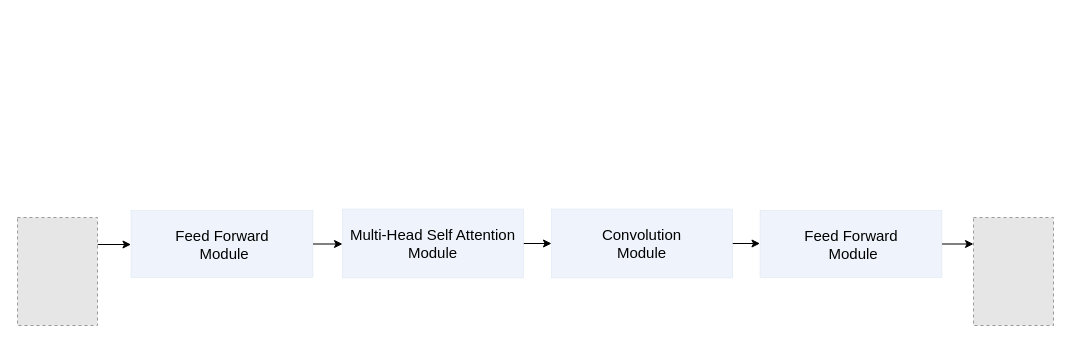
Above: page "General" (2 of 5) of Untitled Diagram.drawio in OleguerCanal/diagrams (draw.io), before the change. Source tidied: cells renumbered, new cells numbered last; positions are measured from the earlier drawing's top-left corner, leaving out a move shared by most shapes. Both pictures are drawn from the tidied source at 100%, with x=0, y=0 at pixel (17, 153). Pictures stored in the file or linked from it are replaced by grey dashed boxes.
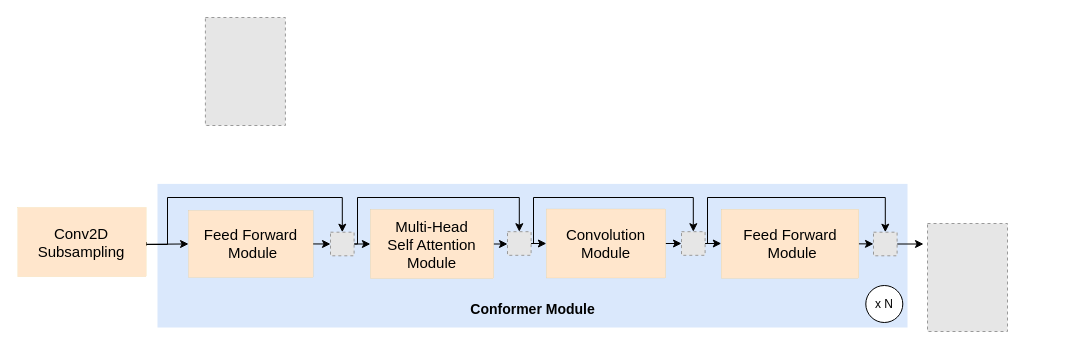
The same diagram, later.

What changed in the source:
```diff
@@
+    <mxCell id="13" style="rounded=0;whiteSpace=wrap;html=1;fillColor=#dae8fc;strokeColor=none;" parent="1" vertex="1">
+      <mxGeometry x="140" y="30.4" width="750" height="143.6" as="geometry" />
+    </mxCell>
+    <mxCell id="14" style="ellipse;whiteSpace=wrap;html=1;" parent="1" vertex="1">
+      <mxGeometry x="848.3" y="132" width="37" height="37" as="geometry" />
+    </mxCell>
-    <mxCell id="2" style="edgeStyle=orthogonalEdgeStyle;rounded=0;jettySize=auto;html=1;exitX=1;exitY=0.25;exitDx=0;exitDy=0;entryX=1;entryY=0.5;entryDx=0;entryDy=0;" parent="1" edge="1" source="3" target="5">
-      <mxGeometry relative="1" as="geometry" />
+    <mxCell id="2" style="edgeStyle=orthogonalEdgeStyle;rounded=0;jettySize=auto;html=1;exitX=1;exitY=0.25;exitDx=0;exitDy=0;entryX=1;entryY=0.5;entryDx=0;entryDy=0;" parent="1" edge="1" target="5">
+      <mxGeometry relative="1" as="geometry">
+        <mxPoint x="80" y="91" as="sourcePoint" />
+        <Array as="points">
+          <mxPoint x="100" y="91" />
+        </Array>
+      </mxGeometry>
     </mxCell>
-    <mxCell id="3" style="fillColor=#E6E6E6;strokeColor=#999999;dashed=1;verticalLabelPosition=bottom;labelBackgroundColor=default;verticalAlign=top;" parent="1" vertex="1">
-      <mxGeometry y="64" width="80" height="108" as="geometry" />
-    </mxCell>
+    <mxCell id="15" style="edgeStyle=orthogonalEdgeStyle;rounded=0;jettySize=auto;html=1;exitX=0;exitY=0.5;exitDx=0;exitDy=0;entryX=0.5;entryY=0;entryDx=0;entryDy=0;" parent="1" edge="1" source="22" target="21">
+      <mxGeometry relative="1" as="geometry">
+        <Array as="points">
+          <mxPoint x="69" y="92" />
+          <mxPoint x="69" y="91" />
+          <mxPoint x="150" y="91" />
+          <mxPoint x="150" y="44" />
+          <mxPoint x="325" y="44" />
+        </Array>
+      </mxGeometry>
+    </mxCell>
-    <mxCell id="4" style="edgeStyle=orthogonalEdgeStyle;rounded=0;jettySize=auto;html=1;exitX=0;exitY=0.5;exitDx=0;exitDy=0;entryX=1;entryY=0.5;entryDx=0;entryDy=0;" parent="1" edge="1" source="5" target="7">
+    <mxCell id="4" style="edgeStyle=orthogonalEdgeStyle;rounded=0;jettySize=auto;html=1;exitX=1;exitY=0.5;exitDx=0;exitDy=0;entryX=1;entryY=0.5;entryDx=0;entryDy=0;" parent="1" edge="1" source="21" target="7">
       <mxGeometry relative="1" as="geometry" />
     </mxCell>
+    <mxCell id="16" style="edgeStyle=orthogonalEdgeStyle;rounded=0;jettySize=auto;html=1;exitX=0;exitY=0.5;exitDx=0;exitDy=0;entryX=0;entryY=0.5;entryDx=0;entryDy=0;" parent="1" edge="1" source="5" target="21">
+      <mxGeometry relative="1" as="geometry" />
+    </mxCell>
-    <mxCell id="5" value="Feed Forward&lt;br&gt;&amp;nbsp;Module" style="rounded=0;whiteSpace=wrap;html=1;shadow=0;glass=0;labelBackgroundColor=none;sketch=0;fontSize=15;strokeColor=#6c8ebf;strokeWidth=0;fillColor=#EFF4FC;direction=south;horizontal=0;rotation=90;" parent="1" vertex="1">
-      <mxGeometry x="171" y="-0.5" width="67" height="182" as="geometry" />
+    <mxCell id="5" value="Feed Forward&lt;br&gt;&amp;nbsp;Module" style="rounded=0;whiteSpace=wrap;html=1;shadow=0;glass=0;labelBackgroundColor=none;sketch=0;fontSize=15;strokeColor=#d79b00;strokeWidth=0;fillColor=#ffe6cc;direction=south;horizontal=0;rotation=90;" parent="1" vertex="1">
+      <mxGeometry x="199.8" y="28.2" width="67" height="124.5" as="geometry" />
     </mxCell>
-    <mxCell id="6" style="edgeStyle=orthogonalEdgeStyle;rounded=0;jettySize=auto;html=1;exitX=0;exitY=0.5;exitDx=0;exitDy=0;entryX=1;entryY=0.5;entryDx=0;entryDy=0;" parent="1" edge="1" source="7" target="9">
-      <mxGeometry relative="1" as="geometry" />
-    </mxCell>
+    <mxCell id="17" style="edgeStyle=orthogonalEdgeStyle;rounded=0;jettySize=auto;html=1;exitX=0;exitY=0.5;exitDx=0;exitDy=0;entryX=0;entryY=0.5;entryDx=0;entryDy=0;" parent="1" edge="1" source="7" target="26">
+      <mxGeometry relative="1" as="geometry" />
+    </mxCell>
-    <mxCell id="7" value="Multi-Head Self Attention&lt;br&gt;Module" style="rounded=0;whiteSpace=wrap;html=1;shadow=0;glass=0;labelBackgroundColor=none;sketch=0;fontSize=15;strokeColor=#6c8ebf;strokeWidth=0;fillColor=#EFF4FC;direction=south;horizontal=0;rotation=90;" parent="1" vertex="1">
-      <mxGeometry x="381" y="-0.5" width="69" height="181" as="geometry" />
+    <mxCell id="7" value="Multi-Head&lt;br&gt;Self Attention&lt;br&gt;Module" style="rounded=0;whiteSpace=wrap;html=1;shadow=0;glass=0;labelBackgroundColor=none;sketch=0;fontSize=15;strokeColor=#d79b00;strokeWidth=0;fillColor=#ffe6cc;direction=south;horizontal=0;rotation=90;" parent="1" vertex="1">
+      <mxGeometry x="380" y="28.9" width="69" height="123.2" as="geometry" />
     </mxCell>
-    <mxCell id="8" style="edgeStyle=orthogonalEdgeStyle;rounded=0;jettySize=auto;html=1;exitX=0;exitY=0.5;exitDx=0;exitDy=0;entryX=1;entryY=0.5;entryDx=0;entryDy=0;" parent="1" edge="1" source="9" target="11">
-      <mxGeometry relative="1" as="geometry" />
-    </mxCell>
+    <mxCell id="18" style="edgeStyle=orthogonalEdgeStyle;rounded=0;jettySize=auto;html=1;exitX=0;exitY=0.5;exitDx=0;exitDy=0;entryX=0;entryY=0.5;entryDx=0;entryDy=0;" parent="1" edge="1" source="9" target="29">
+      <mxGeometry relative="1" as="geometry" />
+    </mxCell>
-    <mxCell id="9" value="Convolution&lt;br&gt;Module" style="rounded=0;whiteSpace=wrap;html=1;shadow=0;glass=0;labelBackgroundColor=none;sketch=0;fontSize=15;strokeColor=#6c8ebf;strokeWidth=0;fillColor=#EFF4FC;direction=south;horizontal=0;rotation=90;" parent="1" vertex="1">
-      <mxGeometry x="590" y="-0.5" width="69" height="181" as="geometry" />
+    <mxCell id="9" value="Convolution&lt;br&gt;Module" style="rounded=0;whiteSpace=wrap;html=1;shadow=0;glass=0;labelBackgroundColor=none;sketch=0;fontSize=15;strokeColor=#d79b00;strokeWidth=0;fillColor=#ffe6cc;direction=south;horizontal=0;rotation=90;" parent="1" vertex="1">
+      <mxGeometry x="554" y="30.4" width="69" height="119.2" as="geometry" />
     </mxCell>
-    <mxCell id="10" style="edgeStyle=orthogonalEdgeStyle;rounded=0;jettySize=auto;html=1;exitX=0;exitY=0.5;exitDx=0;exitDy=0;entryX=0;entryY=0.25;entryDx=0;entryDy=0;" parent="1" edge="1" source="11" target="12">
-      <mxGeometry relative="1" as="geometry" />
-    </mxCell>
+    <mxCell id="19" style="edgeStyle=orthogonalEdgeStyle;rounded=0;jettySize=auto;html=1;exitX=0;exitY=0.5;exitDx=0;exitDy=0;entryX=0;entryY=0.5;entryDx=0;entryDy=0;" parent="1" edge="1" source="11" target="31">
+      <mxGeometry relative="1" as="geometry" />
+    </mxCell>
-    <mxCell id="11" value="Feed Forward&lt;br&gt;&amp;nbsp;Module" style="rounded=0;whiteSpace=wrap;html=1;shadow=0;glass=0;labelBackgroundColor=none;sketch=0;fontSize=15;strokeColor=#6c8ebf;strokeWidth=0;fillColor=#EFF4FC;direction=south;horizontal=0;rotation=90;" parent="1" vertex="1">
-      <mxGeometry x="800" y="-0.5" width="67" height="182" as="geometry" />
+    <mxCell id="11" value="Feed Forward&lt;br&gt;&amp;nbsp;Module" style="rounded=0;whiteSpace=wrap;html=1;shadow=0;glass=0;labelBackgroundColor=none;sketch=0;fontSize=15;strokeColor=#d79b00;strokeWidth=0;fillColor=#ffe6cc;direction=south;horizontal=0;rotation=90;" parent="1" vertex="1">
+      <mxGeometry x="738" y="21.6" width="69" height="137.5" as="geometry" />
     </mxCell>
     <mxCell id="12" style="fillColor=#E6E6E6;strokeColor=#999999;dashed=1;verticalLabelPosition=bottom;labelBackgroundColor=default;verticalAlign=top;" parent="1" vertex="1">
-      <mxGeometry x="956" y="64" width="80" height="108" as="geometry" />
+      <mxGeometry x="910" y="70" width="80" height="108" as="geometry" />
     </mxCell>
+    <mxCell id="20" style="edgeStyle=orthogonalEdgeStyle;rounded=0;jettySize=auto;html=1;exitX=1;exitY=0.5;exitDx=0;exitDy=0;entryX=0.5;entryY=0;entryDx=0;entryDy=0;" parent="1" edge="1" source="21" target="26">
+      <mxGeometry relative="1" as="geometry">
+        <Array as="points">
+          <mxPoint x="340" y="91" />
+          <mxPoint x="340" y="44" />
+          <mxPoint x="502" y="44" />
+        </Array>
+      </mxGeometry>
+    </mxCell>
+    <mxCell id="21" style="fillColor=#E6E6E6;strokeColor=#999999;dashed=1;verticalLabelPosition=bottom;labelBackgroundColor=default;verticalAlign=top;" parent="1" vertex="1">
+      <mxGeometry x="313" y="78.7" width="23.6" height="23.6" as="geometry" />
+    </mxCell>
+    <mxCell id="22" value="Conv2D&lt;br&gt;Subsampling" style="rounded=0;whiteSpace=wrap;html=1;shadow=0;glass=0;labelBackgroundColor=none;sketch=0;fontSize=15;strokeColor=#d79b00;strokeWidth=0;fillColor=#ffe6cc;direction=south;horizontal=0;rotation=90;" parent="1" vertex="1">
+      <mxGeometry x="30" y="24.4" width="69" height="128.3" as="geometry" />
+    </mxCell>
+    <mxCell id="23" style="fillColor=#E6E6E6;strokeColor=#999999;dashed=1;verticalLabelPosition=bottom;labelBackgroundColor=default;verticalAlign=top;" parent="1" vertex="1">
+      <mxGeometry x="187.9" y="-136" width="80" height="108" as="geometry" />
+    </mxCell>
+    <mxCell id="24" style="edgeStyle=orthogonalEdgeStyle;rounded=0;jettySize=auto;html=1;exitX=1;exitY=0.5;exitDx=0;exitDy=0;entryX=1;entryY=0.5;entryDx=0;entryDy=0;" parent="1" edge="1" target="9">
+      <mxGeometry relative="1" as="geometry">
+        <mxPoint x="509.6" y="90" as="sourcePoint" />
+      </mxGeometry>
+    </mxCell>
+    <mxCell id="25" style="edgeStyle=orthogonalEdgeStyle;rounded=0;jettySize=auto;html=1;exitX=1;exitY=0.5;exitDx=0;exitDy=0;entryX=0.5;entryY=0;entryDx=0;entryDy=0;" parent="1" edge="1" target="29">
+      <mxGeometry relative="1" as="geometry">
+        <mxPoint x="509.6" y="90" as="sourcePoint" />
+        <Array as="points">
+          <mxPoint x="516" y="90" />
+          <mxPoint x="516" y="44" />
+          <mxPoint x="676" y="44" />
+        </Array>
+      </mxGeometry>
+    </mxCell>
+    <mxCell id="26" style="fillColor=#E6E6E6;strokeColor=#999999;dashed=1;verticalLabelPosition=bottom;labelBackgroundColor=default;verticalAlign=top;" parent="1" vertex="1">
+      <mxGeometry x="490" y="78.2" width="23.6" height="23.6" as="geometry" />
+    </mxCell>
+    <mxCell id="27" style="edgeStyle=orthogonalEdgeStyle;rounded=0;jettySize=auto;html=1;exitX=1;exitY=0.5;exitDx=0;exitDy=0;entryX=1;entryY=0.5;entryDx=0;entryDy=0;" parent="1" edge="1" source="29" target="11">
+      <mxGeometry relative="1" as="geometry" />
+    </mxCell>
+    <mxCell id="28" style="edgeStyle=orthogonalEdgeStyle;rounded=0;jettySize=auto;html=1;exitX=1;exitY=0.5;exitDx=0;exitDy=0;entryX=0.5;entryY=0;entryDx=0;entryDy=0;" parent="1" edge="1" source="29" target="31">
+      <mxGeometry relative="1" as="geometry">
+        <Array as="points">
+          <mxPoint x="690" y="90" />
+          <mxPoint x="690" y="44" />
+          <mxPoint x="868" y="44" />
+        </Array>
+      </mxGeometry>
+    </mxCell>
+    <mxCell id="29" style="fillColor=#E6E6E6;strokeColor=#999999;dashed=1;verticalLabelPosition=bottom;labelBackgroundColor=default;verticalAlign=top;" parent="1" vertex="1">
+      <mxGeometry x="664" y="78.2" width="23.6" height="23.6" as="geometry" />
+    </mxCell>
+    <mxCell id="30" style="edgeStyle=orthogonalEdgeStyle;rounded=0;jettySize=auto;html=1;exitX=1;exitY=0.5;exitDx=0;exitDy=0;" parent="1" edge="1" source="31">
+      <mxGeometry relative="1" as="geometry">
+        <mxPoint x="906" y="90.3" as="targetPoint" />
+      </mxGeometry>
+    </mxCell>
+    <mxCell id="31" style="fillColor=#E6E6E6;strokeColor=#999999;dashed=1;verticalLabelPosition=bottom;labelBackgroundColor=default;verticalAlign=top;" parent="1" vertex="1">
+      <mxGeometry x="856" y="78.7" width="23.6" height="23.6" as="geometry" />
+    </mxCell>
+    <mxCell id="32" value="x N" style="text;html=1;strokeColor=none;fillColor=none;align=center;verticalAlign=middle;whiteSpace=wrap;rounded=0;" parent="1" vertex="1">
+      <mxGeometry x="856.8" y="143" width="20" height="15" as="geometry" />
+    </mxCell>
+    <mxCell id="33" value="&lt;b&gt;&lt;font style=&quot;font-size: 14px&quot;&gt;Conformer Module&lt;/font&gt;&lt;/b&gt;" style="text;html=1;strokeColor=none;fillColor=none;align=center;verticalAlign=middle;whiteSpace=wrap;rounded=0;" parent="1" vertex="1">
+      <mxGeometry x="437.5" y="141" width="155" height="30" as="geometry" />
+    </mxCell>
```
